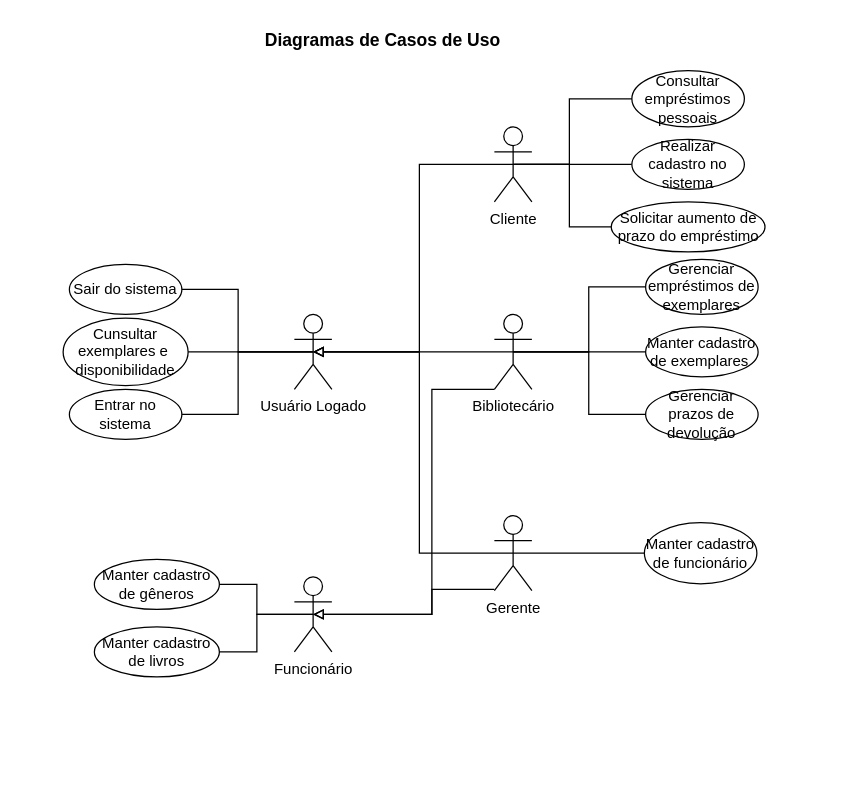
Earlier version of the draw.io diagram Biblio_APOO.drawio (rubythais/Aulas_POO). Source tidied: cells renumbered, new cells numbered last; positions are measured from the earlier drawing's top-left corner, leaving out a move shared by most shapes. Both pictures are drawn from the tidied source at 125%, with x=0, y=0 at pixel (62, 21).
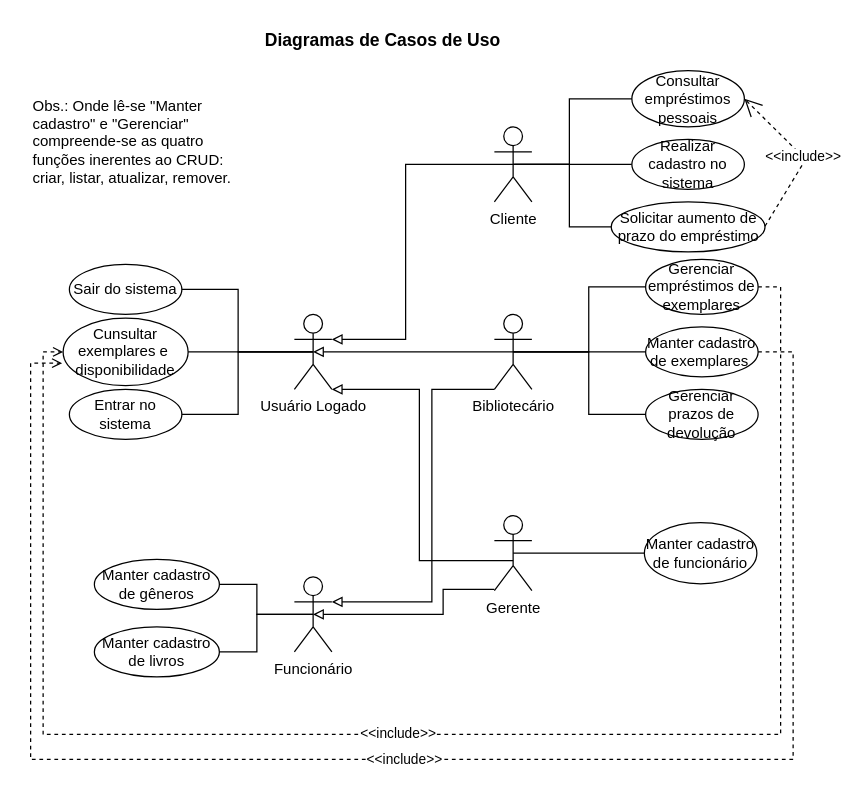
The same page after the edit.

Unchanged cells that the change refers to:
```xml
<mxCell id="3" value="Gerente" style="shape=umlActor;verticalLabelPosition=bottom;verticalAlign=top;html=1;outlineConnect=0;" parent="1" vertex="1">
  <mxGeometry x="345" y="395" width="30" height="60" as="geometry" />
</mxCell>
<mxCell id="11" value="Cliente" style="shape=umlActor;verticalLabelPosition=bottom;verticalAlign=top;html=1;outlineConnect=0;" parent="1" vertex="1">
  <mxGeometry x="345" y="84" width="30" height="60" as="geometry" />
</mxCell>
<mxCell id="13" value="Cunsultar exemplares e&amp;nbsp; disponibilidade" style="ellipse;whiteSpace=wrap;html=1;" parent="1" vertex="1">
  <mxGeometry y="237" width="100" height="54" as="geometry" />
</mxCell>
<mxCell id="15" value="Consultar empréstimos pessoais" style="ellipse;whiteSpace=wrap;html=1;" parent="1" vertex="1">
  <mxGeometry x="455" y="39" width="90" height="45" as="geometry" />
</mxCell>
<mxCell id="19" value="Bibliotecário" style="shape=umlActor;verticalLabelPosition=bottom;verticalAlign=top;html=1;outlineConnect=0;" parent="1" vertex="1">
  <mxGeometry x="345" y="234" width="30" height="60" as="geometry" />
</mxCell>
<mxCell id="20" value="Manter cadastro de exemplares&amp;nbsp;" style="ellipse;whiteSpace=wrap;html=1;strokeColor=default;align=center;verticalAlign=middle;fontFamily=Helvetica;fontSize=12;fontColor=default;fillColor=default;" parent="1" vertex="1">
  <mxGeometry x="466" y="244" width="90" height="40" as="geometry" />
</mxCell>
<mxCell id="22" value="Gerenciar empréstimos de exemplares" style="ellipse;whiteSpace=wrap;html=1;strokeColor=default;align=center;verticalAlign=middle;fontFamily=Helvetica;fontSize=12;fontColor=default;fillColor=default;" parent="1" vertex="1">
  <mxGeometry x="466" y="190" width="90" height="44" as="geometry" />
</mxCell>
<mxCell id="29" value="Usuário Logado" style="shape=umlActor;verticalLabelPosition=bottom;verticalAlign=top;html=1;outlineConnect=0;" parent="1" vertex="1">
  <mxGeometry x="185" y="234" width="30" height="60" as="geometry" />
</mxCell>
<mxCell id="34" value="Funcionário" style="shape=umlActor;verticalLabelPosition=bottom;verticalAlign=top;html=1;outlineConnect=0;" parent="1" vertex="1">
  <mxGeometry x="185" y="444" width="30" height="60" as="geometry" />
</mxCell>
```

Change to the diagram source:
```diff
@@
+    <mxCell id="37" style="edgeStyle=orthogonalEdgeStyle;rounded=0;jettySize=auto;html=1;exitX=1;exitY=0.5;exitDx=0;exitDy=0;entryX=0;entryY=0.5;entryDx=0;entryDy=0;endArrow=open;endFill=0;dashed=1;" parent="1" edge="1" source="22" target="13">
+      <mxGeometry relative="1" as="geometry">
+        <Array as="points">
+          <mxPoint x="574" y="212" />
+          <mxPoint x="574" y="570" />
+          <mxPoint x="-16" y="570" />
+          <mxPoint x="-16" y="264" />
+        </Array>
+      </mxGeometry>
+    </mxCell>
+    <mxCell id="38" value="&amp;lt;&amp;lt;include&amp;gt;&amp;gt;" style="edgeLabel;html=1;align=center;verticalAlign=middle;" parent="37" vertex="1">
+      <mxGeometry x="0.06" y="-2" relative="1" as="geometry" />
+    </mxCell>
@@
-    <mxCell id="27" style="edgeStyle=orthogonalEdgeStyle;rounded=0;jettySize=auto;html=1;exitX=0.5;exitY=0.5;exitDx=0;exitDy=0;exitPerimeter=0;entryX=0.5;entryY=0.5;entryDx=0;entryDy=0;entryPerimeter=0;endArrow=block;endFill=0;" parent="1" edge="1" source="11" target="29">
+    <mxCell id="27" style="edgeStyle=orthogonalEdgeStyle;rounded=0;jettySize=auto;html=1;exitX=0.5;exitY=0.5;exitDx=0;exitDy=0;exitPerimeter=0;endArrow=block;endFill=0;entryX=1;entryY=0.3333333333333333;entryDx=0;entryDy=0;entryPerimeter=0;" parent="1" edge="1" source="11" target="29">
       <mxGeometry relative="1" as="geometry">
         <Array as="points">
-          <mxPoint x="285" y="114" />
-          <mxPoint x="285" y="264" />
+          <mxPoint x="274" y="114" />
+          <mxPoint x="274" y="254" />
         </Array>
       </mxGeometry>
     </mxCell>
@@
     <mxCell id="30" style="edgeStyle=orthogonalEdgeStyle;rounded=0;jettySize=auto;html=1;exitX=0.5;exitY=0.5;exitDx=0;exitDy=0;exitPerimeter=0;entryX=0.5;entryY=0.5;entryDx=0;entryDy=0;entryPerimeter=0;endArrow=block;endFill=0;" parent="1" edge="1" source="19" target="29">
-      <mxGeometry relative="1" as="geometry" />
+      <mxGeometry relative="1" as="geometry">
+        <Array as="points">
+          <mxPoint x="264" y="264" />
+          <mxPoint x="264" y="264" />
+        </Array>
+      </mxGeometry>
     </mxCell>
-    <mxCell id="31" style="edgeStyle=orthogonalEdgeStyle;rounded=0;jettySize=auto;html=1;exitX=0.5;exitY=0.5;exitDx=0;exitDy=0;exitPerimeter=0;entryX=0.5;entryY=0.5;entryDx=0;entryDy=0;entryPerimeter=0;endArrow=block;endFill=0;" parent="1" edge="1" source="3" target="29">
+    <mxCell id="31" style="edgeStyle=orthogonalEdgeStyle;rounded=0;jettySize=auto;html=1;exitX=0.5;exitY=0.5;exitDx=0;exitDy=0;exitPerimeter=0;entryX=1;entryY=1;entryDx=0;entryDy=0;entryPerimeter=0;endArrow=block;endFill=0;" parent="1" edge="1" target="29">
       <mxGeometry relative="1" as="geometry">
+        <mxPoint x="360" y="431" as="sourcePoint" />
         <Array as="points">
-          <mxPoint x="285" y="425" />
-          <mxPoint x="285" y="264" />
+          <mxPoint x="285" y="431" />
+          <mxPoint x="285" y="294" />
         </Array>
       </mxGeometry>
     </mxCell>
@@
-    <mxCell id="35" style="edgeStyle=orthogonalEdgeStyle;rounded=0;jettySize=auto;html=1;exitX=0;exitY=1;exitDx=0;exitDy=0;exitPerimeter=0;entryX=0.5;entryY=0.5;entryDx=0;entryDy=0;entryPerimeter=0;endArrow=block;endFill=0;" parent="1" edge="1" source="19" target="34">
+    <mxCell id="35" style="edgeStyle=orthogonalEdgeStyle;rounded=0;jettySize=auto;html=1;exitX=0;exitY=1;exitDx=0;exitDy=0;exitPerimeter=0;entryX=1;entryY=0.3333333333333333;entryDx=0;entryDy=0;entryPerimeter=0;endArrow=block;endFill=0;" parent="1" edge="1" source="19" target="34">
       <mxGeometry relative="1" as="geometry">
         <Array as="points">
           <mxPoint x="295" y="294" />
-          <mxPoint x="295" y="474" />
+          <mxPoint x="295" y="464" />
         </Array>
       </mxGeometry>
     </mxCell>
     <mxCell id="36" style="edgeStyle=orthogonalEdgeStyle;rounded=0;orthogonalLoop=1;jettySize=auto;html=1;entryX=0;entryY=1;entryDx=0;entryDy=0;entryPerimeter=0;endArrow=block;endFill=0;" parent="1" edge="1">
       <mxGeometry relative="1" as="geometry">
         <mxPoint x="345" y="454" as="sourcePoint" />
         <mxPoint x="200" y="474" as="targetPoint" />
         <Array as="points">
-          <mxPoint x="295" y="454" />
-          <mxPoint x="295" y="474" />
+          <mxPoint x="304" y="454" />
+          <mxPoint x="304" y="474" />
         </Array>
       </mxGeometry>
     </mxCell>
+    <mxCell id="39" value="&amp;lt;&amp;lt;include&amp;gt;&amp;gt;" style="endArrow=open;endSize=12;dashed=1;html=1;rounded=0;entryX=1;entryY=0.5;entryDx=0;entryDy=0;" parent="1" edge="1" target="15">
+      <mxGeometry relative="1" as="geometry">
+        <mxPoint x="561.5" y="163.5" as="sourcePoint" />
+        <Array as="points">
+          <mxPoint x="594" y="110" />
+        </Array>
+      </mxGeometry>
+    </mxCell>
+    <mxCell id="40" style="edgeStyle=orthogonalEdgeStyle;rounded=0;jettySize=auto;html=1;exitX=1;exitY=0.5;exitDx=0;exitDy=0;entryX=-0.008;entryY=0.667;entryDx=0;entryDy=0;entryPerimeter=0;endArrow=open;endFill=0;dashed=1;" parent="1" edge="1" source="20" target="13">
+      <mxGeometry relative="1" as="geometry">
+        <Array as="points">
+          <mxPoint x="584" y="264" />
+          <mxPoint x="584" y="590" />
+          <mxPoint x="-26" y="590" />
+          <mxPoint x="-26" y="273" />
+        </Array>
+      </mxGeometry>
+    </mxCell>
+    <mxCell id="41" value="&amp;lt;&amp;lt;include&amp;gt;&amp;gt;" style="edgeLabel;html=1;align=center;verticalAlign=middle;" parent="40" vertex="1">
+      <mxGeometry x="0.02" y="-1" relative="1" as="geometry" />
+    </mxCell>
+    <mxCell id="42" value="Obs.: Onde lê-se &quot;Manter cadastro&quot; e &quot;Gerenciar&quot; compreende-se as quatro funções inerentes ao CRUD: criar, listar, atualizar, remover.&amp;nbsp;" style="text;html=1;align=left;verticalAlign=middle;whiteSpace=wrap;rounded=0;" parent="1" vertex="1">
+      <mxGeometry x="-26" y="60" width="178" height="71" as="geometry" />
+    </mxCell>
```
